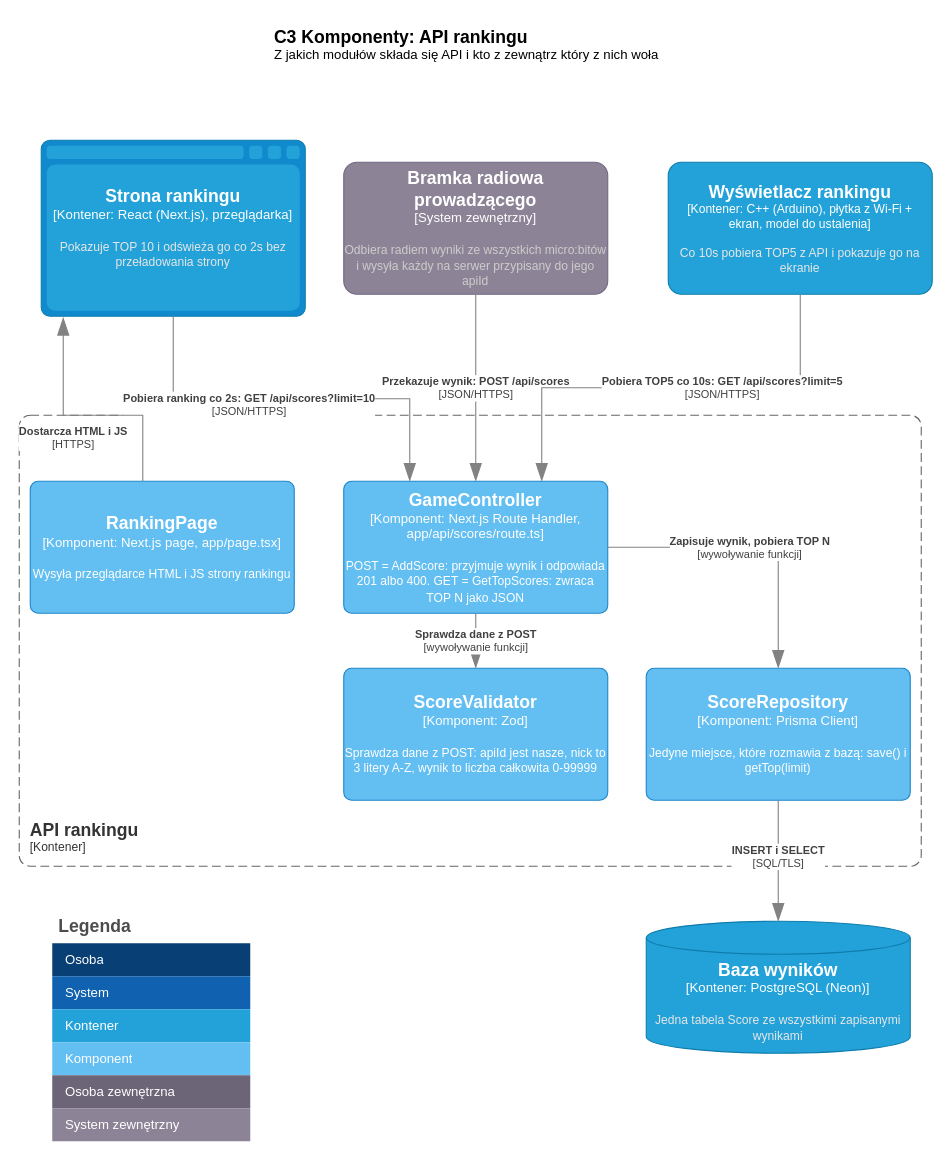
Before: page "C3 Komponenty API" (3 of 4) of docs/c4-ranking.drawio in Damikk19/Sem5_JiPP, a draw.io diagram. Source tidied: cells renumbered, new cells numbered last; positions are measured from the earlier drawing's top-left corner, leaving out a move shared by most shapes. Both pictures are drawn from the tidied source at 110%, with x=0, y=0 at pixel (19, 19).
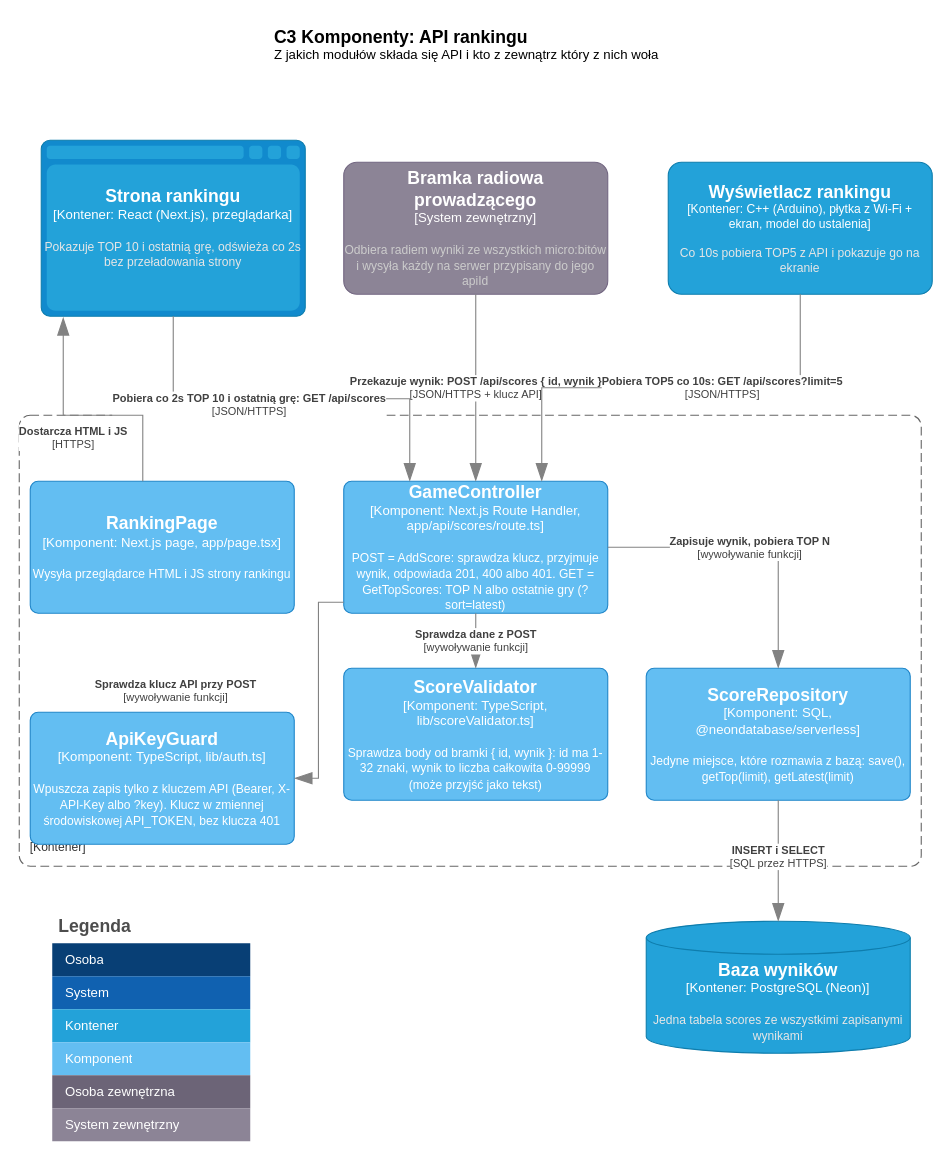
The same page after the edit.

Commit message (it also covers changes not shown here):
C4: stan po 13.11 (klucz API, gra RAM ATAK, bez Prismy)

The change refers to these unchanged cells:
```xml
<object id="2" label="&lt;font style=&quot;font-size: 16px&quot;&gt;&lt;b&gt;%c4Name%&lt;/b&gt;&lt;/font&gt;&lt;div&gt;[%c4Type%]&lt;/div&gt;&lt;br&gt;&lt;div&gt;&lt;font style=&quot;font-size: 11px&quot;&gt;&lt;font color=&quot;#cccccc&quot;&gt;%c4Description%&lt;/font&gt;&lt;/div&gt;" c4Description="Odbiera radiem wyniki ze wszystkich micro:bitów i wysyła każdy na serwer przypisany do jego apiId" c4Name="Bramka radiowa prowadzącego" c4Type="System zewnętrzny" placeholders="1">
  <mxCell style="rounded=1;whiteSpace=wrap;html=1;labelBackgroundColor=none;fillColor=#8C8496;fontColor=#ffffff;align=center;arcSize=10;strokeColor=#736782;points=[[0.25,0,0],[0.5,0,0],[0.75,0,0],[1,0.25,0],[1,0.5,0],[1,0.75,0],[0.75,1,0],[0.5,1,0],[0.25,1,0],[0,0.75,0],[0,0.5,0],[0,0.25,0]];" parent="1" vertex="1">
    <mxGeometry x="295" y="130" width="240" height="120" as="geometry" />
  </mxCell>
</object>
```

The edit, as a diff of the source:
```diff
@@
-    <object id="3" label="&lt;font style=&quot;font-size: 16px&quot;&gt;&lt;b&gt;%c4Name%&lt;/b&gt;&lt;/font&gt;&lt;div&gt;[%c4Type%:&amp;nbsp;%c4Technology%]&lt;/div&gt;&lt;br&gt;&lt;div&gt;&lt;font style=&quot;font-size: 11px&quot;&gt;&lt;font color=&quot;#E6E6E6&quot;&gt;%c4Description%&lt;/font&gt;&lt;/div&gt;" c4Description="Pokazuje TOP 10 i odświeża go co 2s bez przeładowania strony" c4Name="Strona rankingu" c4Technology="React (Next.js), przeglądarka" c4Type="Kontener" placeholders="1">
+    <object id="3" label="&lt;font style=&quot;font-size: 16px&quot;&gt;&lt;b&gt;%c4Name%&lt;/b&gt;&lt;/font&gt;&lt;div&gt;[%c4Type%:&amp;nbsp;%c4Technology%]&lt;/div&gt;&lt;br&gt;&lt;div&gt;&lt;font style=&quot;font-size: 11px&quot;&gt;&lt;font color=&quot;#E6E6E6&quot;&gt;%c4Description%&lt;/font&gt;&lt;/div&gt;" c4Description="Pokazuje TOP 10 i ostatnią grę, odświeża co 2s bez przeładowania strony" c4Name="Strona rankingu" c4Technology="React (Next.js), przeglądarka" c4Type="Kontener" placeholders="1">
       <mxCell style="shape=mxgraph.c4.webBrowserContainer2;whiteSpace=wrap;html=1;boundedLbl=1;rounded=0;labelBackgroundColor=none;strokeColor=#118ACD;fillColor=#23A2D9;strokeColor=#118ACD;strokeColor2=#0E7DAD;fontSize=12;fontColor=#ffffff;align=center;points=[[0.5,0,0],[1,0.25,0],[1,0.5,0],[1,0.75,0],[0.5,1,0],[0,0.75,0],[0,0.5,0],[0,0.25,0]];" parent="1" vertex="1">
         <mxGeometry x="20" y="110" width="240" height="160" as="geometry" />
       </mxCell>
     </object>
@@
-    <object id="5" label="&lt;font style=&quot;font-size: 16px&quot;&gt;&lt;b&gt;%c4Name%&lt;/b&gt;&lt;/font&gt;&lt;div&gt;[%c4Type%:&amp;nbsp;%c4Technology%]&lt;/div&gt;&lt;br&gt;&lt;div&gt;&lt;font style=&quot;font-size: 11px&quot;&gt;&lt;font color=&quot;#E6E6E6&quot;&gt;%c4Description%&lt;/font&gt;&lt;/div&gt;" c4Description="Jedna tabela Score ze wszystkimi zapisanymi wynikami" c4Name="Baza wyników" c4Technology="PostgreSQL (Neon)" c4Type="Kontener" placeholders="1">
+    <object id="5" label="&lt;font style=&quot;font-size: 16px&quot;&gt;&lt;b&gt;%c4Name%&lt;/b&gt;&lt;/font&gt;&lt;div&gt;[%c4Type%:&amp;nbsp;%c4Technology%]&lt;/div&gt;&lt;br&gt;&lt;div&gt;&lt;font style=&quot;font-size: 11px&quot;&gt;&lt;font color=&quot;#E6E6E6&quot;&gt;%c4Description%&lt;/font&gt;&lt;/div&gt;" c4Description="Jedna tabela scores ze wszystkimi zapisanymi wynikami" c4Name="Baza wyników" c4Technology="PostgreSQL (Neon)" c4Type="Kontener" placeholders="1">
       <mxCell style="shape=cylinder3;size=15;whiteSpace=wrap;html=1;boundedLbl=1;rounded=0;labelBackgroundColor=none;fillColor=#23A2D9;fontSize=12;fontColor=#ffffff;align=center;strokeColor=#0E7DAD;points=[[0.5,0,0],[1,0.25,0],[1,0.5,0],[1,0.75,0],[0.5,1,0],[0,0.75,0],[0,0.5,0],[0,0.25,0]];" parent="1" vertex="1">
         <mxGeometry x="570" y="820" width="240" height="120" as="geometry" />
       </mxCell>
     </object>
@@
-    <object id="7" label="&lt;font style=&quot;font-size: 16px&quot;&gt;&lt;b&gt;%c4Name%&lt;/b&gt;&lt;/font&gt;&lt;div&gt;[%c4Type%: %c4Technology%]&lt;/div&gt;&lt;br&gt;&lt;div&gt;&lt;font style=&quot;font-size: 11px&quot;&gt;%c4Description%&lt;/font&gt;&lt;/div&gt;" c4Description="POST = AddScore: przyjmuje wynik i odpowiada 201 albo 400. GET = GetTopScores: zwraca TOP N jako JSON" c4Name="GameController" c4Technology="Next.js Route Handler, app/api/scores/route.ts" c4Type="Komponent" placeholders="1">
+    <object id="7" label="&lt;font style=&quot;font-size: 16px&quot;&gt;&lt;b&gt;%c4Name%&lt;/b&gt;&lt;/font&gt;&lt;div&gt;[%c4Type%: %c4Technology%]&lt;/div&gt;&lt;br&gt;&lt;div&gt;&lt;font style=&quot;font-size: 11px&quot;&gt;%c4Description%&lt;/font&gt;&lt;/div&gt;" c4Description="POST = AddScore: sprawdza klucz, przyjmuje wynik, odpowiada 201, 400 albo 401. GET = GetTopScores: TOP N albo ostatnie gry (?sort=latest)" c4Name="GameController" c4Technology="Next.js Route Handler, app/api/scores/route.ts" c4Type="Komponent" placeholders="1">
       <mxCell style="rounded=1;whiteSpace=wrap;html=1;labelBackgroundColor=none;fillColor=#63BEF2;fontColor=#ffffff;align=center;arcSize=6;strokeColor=#2086C9;points=[[0.25,0,0],[0.5,0,0],[0.75,0,0],[1,0.25,0],[1,0.5,0],[1,0.75,0],[0.75,1,0],[0.5,1,0],[0.25,1,0],[0,0.75,0],[0,0.5,0],[0,0.25,0]];" parent="1" vertex="1">
         <mxGeometry x="295" y="420" width="240" height="120" as="geometry" />
       </mxCell>
     </object>
-    <object id="8" label="&lt;font style=&quot;font-size: 16px&quot;&gt;&lt;b&gt;%c4Name%&lt;/b&gt;&lt;/font&gt;&lt;div&gt;[%c4Type%: %c4Technology%]&lt;/div&gt;&lt;br&gt;&lt;div&gt;&lt;font style=&quot;font-size: 11px&quot;&gt;%c4Description%&lt;/font&gt;&lt;/div&gt;" c4Description="Sprawdza dane z POST: apiId jest nasze, nick to 3 litery A-Z, wynik to liczba całkowita 0-99999" c4Name="ScoreValidator" c4Technology="Zod" c4Type="Komponent" placeholders="1">
+    <object id="8" label="&lt;font style=&quot;font-size: 16px&quot;&gt;&lt;b&gt;%c4Name%&lt;/b&gt;&lt;/font&gt;&lt;div&gt;[%c4Type%: %c4Technology%]&lt;/div&gt;&lt;br&gt;&lt;div&gt;&lt;font style=&quot;font-size: 11px&quot;&gt;%c4Description%&lt;/font&gt;&lt;/div&gt;" c4Description="Sprawdza body od bramki { id, wynik }: id ma 1-32 znaki, wynik to liczba całkowita 0-99999 (może przyjść jako tekst)" c4Name="ScoreValidator" c4Technology="TypeScript, lib/scoreValidator.ts" c4Type="Komponent" placeholders="1">
       <mxCell style="rounded=1;whiteSpace=wrap;html=1;labelBackgroundColor=none;fillColor=#63BEF2;fontColor=#ffffff;align=center;arcSize=6;strokeColor=#2086C9;points=[[0.25,0,0],[0.5,0,0],[0.75,0,0],[1,0.25,0],[1,0.5,0],[1,0.75,0],[0.75,1,0],[0.5,1,0],[0.25,1,0],[0,0.75,0],[0,0.5,0],[0,0.25,0]];" parent="1" vertex="1">
         <mxGeometry x="295" y="590" width="240" height="120" as="geometry" />
       </mxCell>
     </object>
-    <object id="9" label="&lt;font style=&quot;font-size: 16px&quot;&gt;&lt;b&gt;%c4Name%&lt;/b&gt;&lt;/font&gt;&lt;div&gt;[%c4Type%: %c4Technology%]&lt;/div&gt;&lt;br&gt;&lt;div&gt;&lt;font style=&quot;font-size: 11px&quot;&gt;%c4Description%&lt;/font&gt;&lt;/div&gt;" c4Description="Jedyne miejsce, które rozmawia z bazą: save() i getTop(limit)" c4Name="ScoreRepository" c4Technology="Prisma Client" c4Type="Komponent" placeholders="1">
+    <object id="9" label="&lt;font style=&quot;font-size: 16px&quot;&gt;&lt;b&gt;%c4Name%&lt;/b&gt;&lt;/font&gt;&lt;div&gt;[%c4Type%: %c4Technology%]&lt;/div&gt;&lt;br&gt;&lt;div&gt;&lt;font style=&quot;font-size: 11px&quot;&gt;%c4Description%&lt;/font&gt;&lt;/div&gt;" c4Description="Jedyne miejsce, które rozmawia z bazą: save(), getTop(limit), getLatest(limit)" c4Name="ScoreRepository" c4Technology="SQL, @neondatabase/serverless" c4Type="Komponent" placeholders="1">
       <mxCell style="rounded=1;whiteSpace=wrap;html=1;labelBackgroundColor=none;fillColor=#63BEF2;fontColor=#ffffff;align=center;arcSize=6;strokeColor=#2086C9;points=[[0.25,0,0],[0.5,0,0],[0.75,0,0],[1,0.25,0],[1,0.5,0],[1,0.75,0],[0.75,1,0],[0.5,1,0],[0.25,1,0],[0,0.75,0],[0,0.5,0],[0,0.25,0]];" parent="1" vertex="1">
         <mxGeometry x="570" y="590" width="240" height="120" as="geometry" />
       </mxCell>
     </object>
@@
-    <object id="25" label="&lt;div style=&quot;text-align: left&quot;&gt;&lt;div style=&quot;text-align: center&quot;&gt;&lt;b&gt;%c4Description%&lt;/b&gt;&lt;/div&gt;&lt;div style=&quot;text-align: center&quot;&gt;[%c4Technology%]&lt;/div&gt;&lt;/div&gt;" c4Description="Przekazuje wynik: POST /api/scores" c4Technology="JSON/HTTPS" placeholders="1">
+    <object id="25" label="&lt;div style=&quot;text-align: left&quot;&gt;&lt;div style=&quot;text-align: center&quot;&gt;&lt;b&gt;%c4Description%&lt;/b&gt;&lt;/div&gt;&lt;div style=&quot;text-align: center&quot;&gt;[%c4Technology%]&lt;/div&gt;&lt;/div&gt;" c4Description="Przekazuje wynik: POST /api/scores { id, wynik }" c4Technology="JSON/HTTPS + klucz API" placeholders="1">
       <mxCell style="endArrow=blockThin;html=1;fontSize=10;fontColor=#404040;strokeWidth=1;endFill=1;strokeColor=#828282;elbow=vertical;endSize=14;startSize=14;jumpStyle=arc;jumpSize=16;rounded=0;edgeStyle=orthogonalEdgeStyle;defaultLabelBackgroundColor=page;exitX=0.5;exitY=1;exitDx=0;exitDy=0;exitPerimeter=0;" parent="1" edge="1" source="2" target="7">
         <mxGeometry relative="1" as="geometry" />
       </mxCell>
     </object>
-    <object id="26" label="&lt;div style=&quot;text-align: left&quot;&gt;&lt;div style=&quot;text-align: center&quot;&gt;&lt;b&gt;%c4Description%&lt;/b&gt;&lt;/div&gt;&lt;div style=&quot;text-align: center&quot;&gt;[%c4Technology%]&lt;/div&gt;&lt;/div&gt;" c4Description="Pobiera ranking co 2s: GET /api/scores?limit=10" c4Technology="JSON/HTTPS" placeholders="1">
+    <object id="26" label="&lt;div style=&quot;text-align: left&quot;&gt;&lt;div style=&quot;text-align: center&quot;&gt;&lt;b&gt;%c4Description%&lt;/b&gt;&lt;/div&gt;&lt;div style=&quot;text-align: center&quot;&gt;[%c4Technology%]&lt;/div&gt;&lt;/div&gt;" c4Description="Pobiera co 2s TOP 10 i ostatnią grę: GET /api/scores" c4Technology="JSON/HTTPS" placeholders="1">
       <mxCell style="endArrow=blockThin;html=1;fontSize=10;fontColor=#404040;strokeWidth=1;endFill=1;strokeColor=#828282;elbow=vertical;endSize=14;startSize=14;jumpStyle=arc;jumpSize=16;rounded=0;edgeStyle=orthogonalEdgeStyle;defaultLabelBackgroundColor=page;exitX=0.5;exitY=1;exitDx=0;exitDy=0;exitPerimeter=0;entryX=0.25;entryY=0;entryDx=0;entryDy=0;entryPerimeter=0;" parent="1" edge="1" source="3" target="7">
         <mxGeometry x="-0.21" y="-5" relative="1" as="geometry" />
       </mxCell>
     </object>
@@
+    <object id="32" label="&lt;font style=&quot;font-size: 16px&quot;&gt;&lt;b&gt;%c4Name%&lt;/b&gt;&lt;/font&gt;&lt;div&gt;[%c4Type%: %c4Technology%]&lt;/div&gt;&lt;br&gt;&lt;div&gt;&lt;font style=&quot;font-size: 11px&quot;&gt;%c4Description%&lt;/font&gt;&lt;/div&gt;" c4Description="Wpuszcza zapis tylko z kluczem API (Bearer, X-API-Key albo ?key). Klucz w zmiennej środowiskowej API_TOKEN, bez klucza 401" c4Name="ApiKeyGuard" c4Technology="TypeScript, lib/auth.ts" c4Type="Komponent" placeholders="1">
+      <mxCell style="rounded=1;whiteSpace=wrap;html=1;labelBackgroundColor=none;fillColor=#63BEF2;fontColor=#ffffff;align=center;arcSize=6;strokeColor=#2086C9;points=[[0.25,0,0],[0.5,0,0],[0.75,0,0],[1,0.25,0],[1,0.5,0],[1,0.75,0],[0.75,1,0],[0.5,1,0],[0.25,1,0],[0,0.75,0],[0,0.5,0],[0,0.25,0]];" parent="1" vertex="1">
+        <mxGeometry x="10" y="630" width="240" height="120" as="geometry" />
+      </mxCell>
+    </object>
+    <object id="33" label="&lt;div style=&quot;text-align: left&quot;&gt;&lt;div style=&quot;text-align: center&quot;&gt;&lt;b&gt;%c4Description%&lt;/b&gt;&lt;/div&gt;&lt;div style=&quot;text-align: center&quot;&gt;[%c4Technology%]&lt;/div&gt;&lt;/div&gt;" c4Description="Sprawdza klucz API przy POST" c4Technology="wywoływanie funkcji" placeholders="1">
+      <mxCell style="endArrow=blockThin;html=1;fontSize=10;fontColor=#404040;strokeWidth=1;endFill=1;strokeColor=#828282;elbow=vertical;endSize=14;startSize=14;jumpStyle=arc;jumpSize=16;rounded=0;edgeStyle=orthogonalEdgeStyle;defaultLabelBackgroundColor=page;exitX=0;exitY=0.917;exitDx=0;exitDy=0;entryX=1;entryY=0.5;entryDx=0;entryDy=0;" parent="1" edge="1" source="7" target="32">
+        <mxGeometry relative="1" as="geometry">
+          <Array as="points">
+            <mxPoint x="272" y="530" />
+            <mxPoint x="272" y="690" />
+          </Array>
+          <mxPoint x="-130" as="offset" />
+        </mxGeometry>
+      </mxCell>
+    </object>
@@
-    <object id="31" label="&lt;div style=&quot;text-align: left&quot;&gt;&lt;div style=&quot;text-align: center&quot;&gt;&lt;b&gt;%c4Description%&lt;/b&gt;&lt;/div&gt;&lt;div style=&quot;text-align: center&quot;&gt;[%c4Technology%]&lt;/div&gt;&lt;/div&gt;" c4Description="INSERT i SELECT" c4Technology="SQL/TLS" placeholders="1">
+    <object id="31" label="&lt;div style=&quot;text-align: left&quot;&gt;&lt;div style=&quot;text-align: center&quot;&gt;&lt;b&gt;%c4Description%&lt;/b&gt;&lt;/div&gt;&lt;div style=&quot;text-align: center&quot;&gt;[%c4Technology%]&lt;/div&gt;&lt;/div&gt;" c4Description="INSERT i SELECT" c4Technology="SQL przez HTTPS" placeholders="1">
       <mxCell style="endArrow=blockThin;html=1;fontSize=10;fontColor=#404040;strokeWidth=1;endFill=1;strokeColor=#828282;elbow=vertical;endSize=14;startSize=14;jumpStyle=arc;jumpSize=16;rounded=0;edgeStyle=orthogonalEdgeStyle;defaultLabelBackgroundColor=page;exitX=0.5;exitY=1;exitDx=0;exitDy=0;exitPerimeter=0;" parent="1" edge="1" source="9" target="5">
         <mxGeometry x="-0.08" relative="1" as="geometry" />
       </mxCell>
     </object>
```
